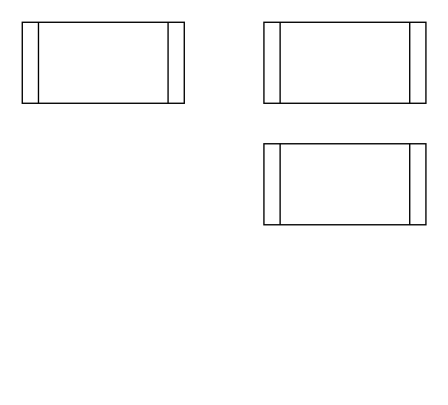
Before: NHPS_Facility_Workflow.drawio in DWieberdink/NHPS, a draw.io diagram. Source tidied: cells renumbered, new cells numbered last; positions are measured from the earlier drawing's top-left corner, leaving out a move shared by most shapes. Both pictures are drawn from the tidied source at 135%, with x=0, y=0 at pixel (22, 22).
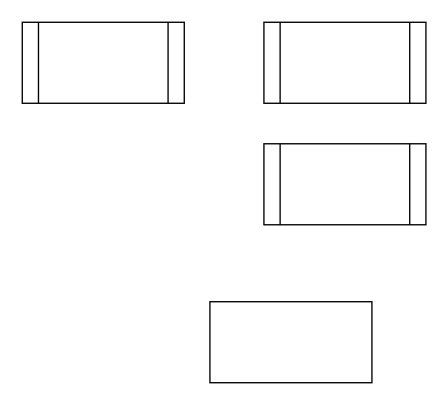
The same page after the edit.

Diff of the diagram source:
```diff
@@
 <mxGraphModel>
   <root>
     <mxCell id="0" />
     <mxCell id="1" parent="0" />
     <mxCell id="2" style="shape=process;whiteSpace=wrap;html=1;backgroundOutline=1;" parent="1" vertex="1">
       <mxGeometry width="120" height="60" as="geometry" />
     </mxCell>
     <mxCell id="3" style="shape=process;whiteSpace=wrap;html=1;backgroundOutline=1;" parent="1" vertex="1">
       <mxGeometry x="179" width="120" height="60" as="geometry" />
     </mxCell>
     <mxCell id="4" style="shape=process;whiteSpace=wrap;html=1;backgroundOutline=1;" parent="1" vertex="1">
       <mxGeometry x="179" y="90" width="120" height="60" as="geometry" />
     </mxCell>
+    <mxCell id="5" style="rounded=0;whiteSpace=wrap;html=1;" parent="1" vertex="1">
+      <mxGeometry x="139" y="207" width="120" height="60" as="geometry" />
+    </mxCell>
   </root>
 </mxGraphModel>
```
